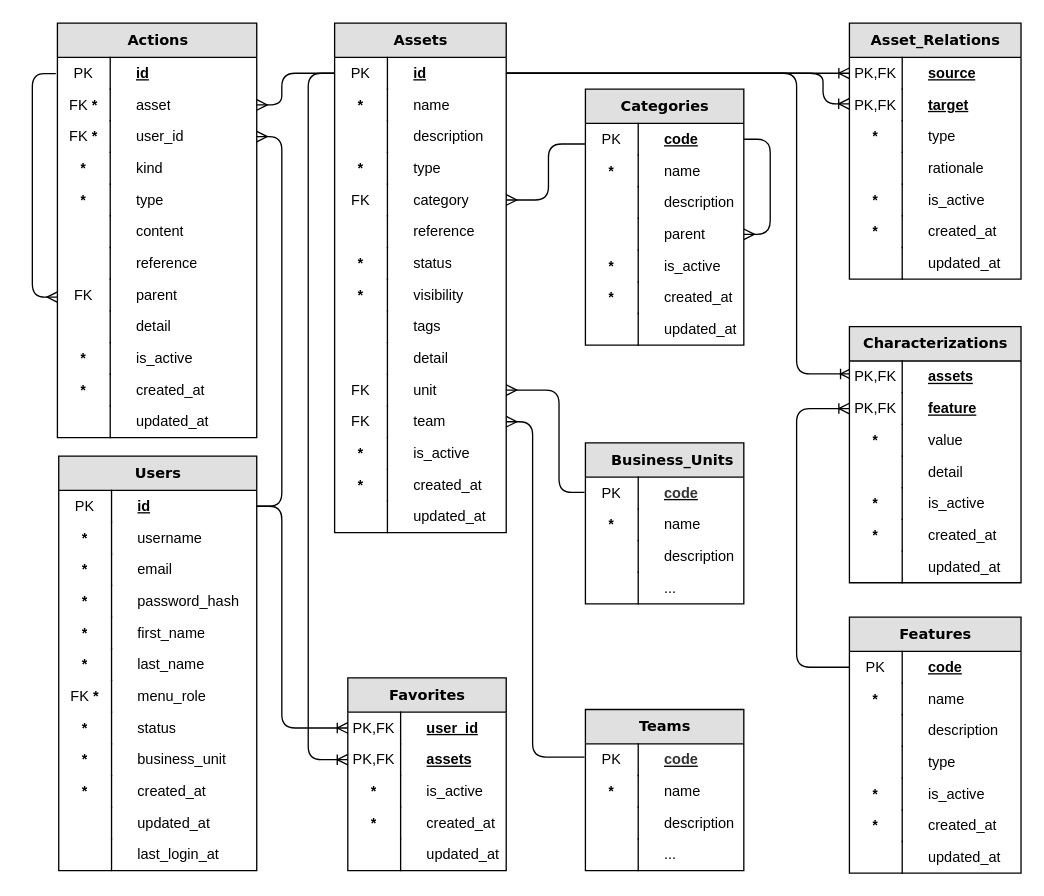
abc-flex/synapxia keeps this draw.io diagram as page "Lib" (5 of 8) of docs/Synapxia.drawio. Above is the earlier version. Source tidied: cells renumbered, new cells numbered last; positions are measured from the earlier drawing's top-left corner, leaving out a move shared by most shapes. Both pictures are drawn from the tidied source at 132%, with x=0, y=0 at pixel (32, 22).
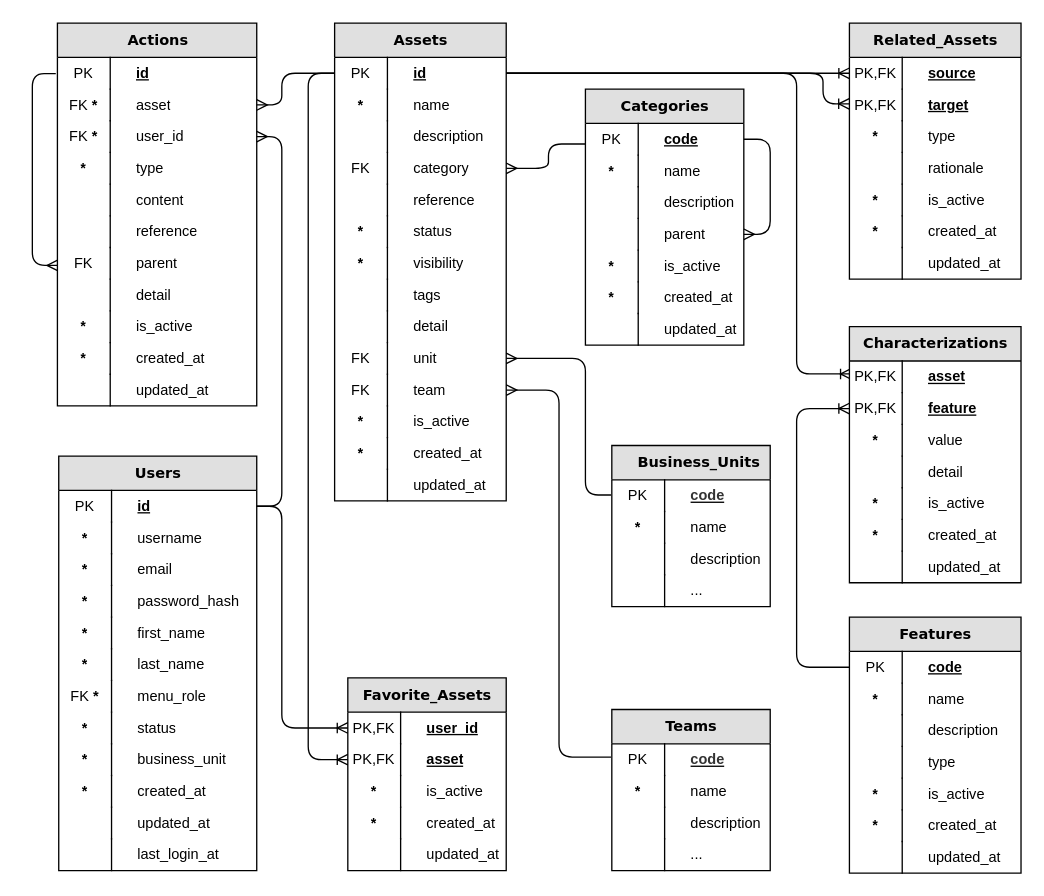
After the change.

The change refers to these unchanged cells:
```xml
<mxCell id="116" value="Characterizations" style="swimlane;html=1;fontStyle=1;horizontal=1;startSize=26;fillColor=#e0e0e0;swimlaneFillColor=#ffffff;align=center;rounded=0;shadow=0;comic=0;labelBackgroundColor=none;strokeWidth=1;fontFamily=Verdana;fontSize=11;spacing=0;" parent="1" vertex="1">
  <mxGeometry x="619" y="230" width="130" height="194" as="geometry" />
</mxCell>
<mxCell id="167" value="&lt;span style=&quot;font-weight: normal;&quot;&gt;PK&lt;/span&gt;" style="shape=partialRectangle;fontStyle=1;top=0;left=0;bottom=0;html=1;fillColor=none;align=center;verticalAlign=middle;spacingLeft=4;spacingRight=4;whiteSpace=wrap;overflow=hidden;points=[];portConstraint=eastwest;fontSize=11;spacing=0;" parent="166" vertex="1">
  <mxGeometry width="40" height="24" as="geometry" />
</mxCell>
<mxCell id="176" value="PK" style="shape=partialRectangle;fontStyle=0;top=0;left=0;bottom=0;html=1;fillColor=none;align=center;verticalAlign=middle;spacingLeft=4;spacingRight=4;whiteSpace=wrap;overflow=hidden;points=[];portConstraint=eastwest;fontSize=11;spacing=0;" parent="175" vertex="1">
  <mxGeometry width="40" height="24" as="geometry" />
</mxCell>
```

Diff of the diagram source:
```diff
@@
-    <mxCell id="17" value="Asset_Relations" style="swimlane;html=1;fontStyle=1;horizontal=1;startSize=26;fillColor=#e0e0e0;swimlaneFillColor=#ffffff;align=center;rounded=0;shadow=0;comic=0;labelBackgroundColor=none;strokeWidth=1;fontFamily=Verdana;fontSize=11;spacing=0;" parent="1" vertex="1">
+    <mxCell id="17" value="Related_Assets" style="swimlane;html=1;fontStyle=1;horizontal=1;startSize=26;fillColor=#e0e0e0;swimlaneFillColor=#ffffff;align=center;rounded=0;shadow=0;comic=0;labelBackgroundColor=none;strokeWidth=1;fontFamily=Verdana;fontSize=11;spacing=0;" parent="1" vertex="1">
       <mxGeometry x="619" width="130" height="194" as="geometry" />
     </mxCell>
@@
     <mxCell id="57" value="&lt;font&gt;Actions&lt;/font&gt;" style="swimlane;html=1;fontStyle=1;horizontal=1;startSize=26;fillColor=#e0e0e0;swimlaneFillColor=#ffffff;align=center;rounded=0;shadow=0;comic=0;labelBackgroundColor=none;strokeWidth=1;fontFamily=Verdana;fontSize=11;spacing=0;" parent="1" vertex="1">
-      <mxGeometry x="19" width="151" height="314" as="geometry" />
+      <mxGeometry x="19" width="151" height="290" as="geometry" />
     </mxCell>
@@
-    <mxCell id="64" value="kind" style="shape=partialRectangle;top=0;left=0;right=0;bottom=0;html=1;align=left;verticalAlign=middle;fillColor=none;spacingLeft=60;spacingRight=4;whiteSpace=wrap;overflow=hidden;fontStyle=0;fontSize=11;spacing=0;" parent="57" vertex="1">
-      <mxGeometry y="98" width="151" height="24" as="geometry" />
-    </mxCell>
-    <mxCell id="65" value="&lt;b&gt;*&lt;/b&gt;" style="shape=partialRectangle;fontStyle=0;top=0;left=0;bottom=0;html=1;fillColor=none;align=center;verticalAlign=middle;spacingLeft=4;spacingRight=4;whiteSpace=wrap;overflow=hidden;fontSize=11;spacing=0;" parent="64" vertex="1">
-      <mxGeometry width="40" height="24" as="geometry" />
-    </mxCell>
     <mxCell id="66" value="type" style="shape=partialRectangle;top=0;left=0;right=0;bottom=0;html=1;align=left;verticalAlign=middle;fillColor=none;spacingLeft=60;spacingRight=4;whiteSpace=wrap;overflow=hidden;fontStyle=0;fontSize=11;spacing=0;" parent="57" vertex="1">
-      <mxGeometry y="122" width="151" height="24" as="geometry" />
+      <mxGeometry y="98" width="151" height="24" as="geometry" />
     </mxCell>
@@
     <mxCell id="68" value="&lt;span style=&quot;font-weight: normal;&quot;&gt;content&lt;/span&gt;" style="shape=partialRectangle;top=0;left=0;right=0;bottom=0;html=1;align=left;verticalAlign=middle;fillColor=none;spacingLeft=60;spacingRight=4;whiteSpace=wrap;overflow=hidden;fontStyle=1;fontSize=11;spacing=0;" parent="57" vertex="1">
-      <mxGeometry y="146" width="151" height="24" as="geometry" />
+      <mxGeometry y="122" width="151" height="24" as="geometry" />
     </mxCell>
@@
     <mxCell id="70" value="reference" style="shape=partialRectangle;top=0;left=0;right=0;bottom=0;html=1;align=left;verticalAlign=middle;fillColor=none;spacingLeft=60;spacingRight=4;whiteSpace=wrap;overflow=hidden;fontStyle=0;fontSize=11;spacing=0;" parent="57" vertex="1">
-      <mxGeometry y="170" width="151" height="24" as="geometry" />
+      <mxGeometry y="146" width="151" height="24" as="geometry" />
     </mxCell>
@@
     <mxCell id="72" value="parent" style="shape=partialRectangle;top=0;left=0;right=0;bottom=0;html=1;align=left;verticalAlign=middle;fillColor=none;spacingLeft=60;spacingRight=4;whiteSpace=wrap;overflow=hidden;fontStyle=0;fontSize=11;spacing=0;" parent="57" vertex="1">
-      <mxGeometry y="194" width="151" height="24" as="geometry" />
+      <mxGeometry y="170" width="151" height="24" as="geometry" />
     </mxCell>
@@
     <mxCell id="74" value="detail" style="shape=partialRectangle;top=0;left=0;right=0;bottom=0;html=1;align=left;verticalAlign=middle;fillColor=none;spacingLeft=60;spacingRight=4;whiteSpace=wrap;overflow=hidden;fontStyle=0;fontSize=11;spacing=0;" parent="57" vertex="1">
-      <mxGeometry y="218" width="151" height="24" as="geometry" />
+      <mxGeometry y="194" width="151" height="24" as="geometry" />
     </mxCell>
@@
     <mxCell id="76" value="is_active" style="shape=partialRectangle;top=0;left=0;right=0;bottom=0;html=1;align=left;verticalAlign=middle;fillColor=none;spacingLeft=60;spacingRight=4;whiteSpace=wrap;overflow=hidden;fontStyle=0;fontSize=11;spacing=0;" parent="57" vertex="1">
-      <mxGeometry y="242" width="151" height="24" as="geometry" />
+      <mxGeometry y="218" width="151" height="24" as="geometry" />
     </mxCell>
@@
     <mxCell id="78" value="created_at" style="shape=partialRectangle;top=0;left=0;right=0;bottom=0;html=1;align=left;verticalAlign=middle;fillColor=none;spacingLeft=60;spacingRight=4;whiteSpace=wrap;overflow=hidden;fontStyle=0;fontSize=11;spacing=0;" parent="57" vertex="1">
-      <mxGeometry y="266" width="151" height="24" as="geometry" />
+      <mxGeometry y="242" width="151" height="24" as="geometry" />
     </mxCell>
@@
     <mxCell id="80" value="updated_at" style="shape=partialRectangle;top=0;left=0;right=0;bottom=0;html=1;align=left;verticalAlign=middle;fillColor=none;spacingLeft=60;spacingRight=4;whiteSpace=wrap;overflow=hidden;fontStyle=0;fontSize=11;spacing=0;" parent="57" vertex="1">
-      <mxGeometry y="290" width="151" height="24" as="geometry" />
+      <mxGeometry y="266" width="151" height="24" as="geometry" />
     </mxCell>
@@
     <mxCell id="85" value="&lt;font&gt;Assets&lt;/font&gt;" style="swimlane;html=1;fontStyle=1;horizontal=1;startSize=26;fillColor=#e0e0e0;swimlaneFillColor=#ffffff;align=center;rounded=0;shadow=0;comic=0;labelBackgroundColor=none;strokeWidth=1;fontFamily=Verdana;fontSize=11;spacing=0;" parent="1" vertex="1">
-      <mxGeometry x="229" width="130" height="386" as="geometry" />
+      <mxGeometry x="229" width="130" height="362" as="geometry" />
     </mxCell>
@@
-    <mxCell id="92" value="type" style="shape=partialRectangle;top=0;left=0;right=0;bottom=0;html=1;align=left;verticalAlign=middle;fillColor=none;spacingLeft=60;spacingRight=4;whiteSpace=wrap;overflow=hidden;fontStyle=0;fontSize=11;spacing=0;" parent="85" vertex="1">
-      <mxGeometry y="98" width="130" height="24" as="geometry" />
-    </mxCell>
-    <mxCell id="93" value="&lt;b&gt;*&lt;/b&gt;" style="shape=partialRectangle;fontStyle=0;top=0;left=0;bottom=0;html=1;fillColor=none;align=center;verticalAlign=middle;spacingLeft=4;spacingRight=4;whiteSpace=wrap;overflow=hidden;fontSize=11;spacing=0;" parent="92" vertex="1">
-      <mxGeometry width="40" height="24" as="geometry" />
-    </mxCell>
     <mxCell id="94" value="&lt;span style=&quot;font-weight: 400;&quot;&gt;category&lt;/span&gt;" style="shape=partialRectangle;top=0;left=0;right=0;bottom=0;html=1;align=left;verticalAlign=middle;fillColor=none;spacingLeft=60;spacingRight=4;whiteSpace=wrap;overflow=hidden;points=[[0,0.5],[1,0.5]];portConstraint=eastwest;fontStyle=1;fontSize=11;spacing=0;" parent="85" vertex="1">
-      <mxGeometry y="122" width="130" height="24" as="geometry" />
+      <mxGeometry y="98" width="130" height="24" as="geometry" />
     </mxCell>
@@
     <mxCell id="96" value="reference" style="shape=partialRectangle;top=0;left=0;right=0;bottom=0;html=1;align=left;verticalAlign=middle;fillColor=none;spacingLeft=60;spacingRight=4;whiteSpace=wrap;overflow=hidden;fontStyle=0;fontSize=11;spacing=0;" parent="85" vertex="1">
-      <mxGeometry y="146" width="130" height="24" as="geometry" />
+      <mxGeometry y="122" width="130" height="24" as="geometry" />
     </mxCell>
@@
     <mxCell id="98" value="status" style="shape=partialRectangle;top=0;left=0;right=0;bottom=0;html=1;align=left;verticalAlign=middle;fillColor=none;spacingLeft=60;spacingRight=4;whiteSpace=wrap;overflow=hidden;fontStyle=0;fontSize=11;spacing=0;" parent="85" vertex="1">
-      <mxGeometry y="170" width="130" height="24" as="geometry" />
+      <mxGeometry y="146" width="130" height="24" as="geometry" />
     </mxCell>
@@
     <mxCell id="100" value="visibility" style="shape=partialRectangle;top=0;left=0;right=0;bottom=0;html=1;align=left;verticalAlign=middle;fillColor=none;spacingLeft=60;spacingRight=4;whiteSpace=wrap;overflow=hidden;fontStyle=0;fontSize=11;spacing=0;" parent="85" vertex="1">
-      <mxGeometry y="194" width="130" height="24" as="geometry" />
+      <mxGeometry y="170" width="130" height="24" as="geometry" />
     </mxCell>
@@
     <mxCell id="102" value="tags" style="shape=partialRectangle;top=0;left=0;right=0;bottom=0;html=1;align=left;verticalAlign=middle;fillColor=none;spacingLeft=60;spacingRight=4;whiteSpace=wrap;overflow=hidden;fontStyle=0;fontSize=11;spacing=0;" parent="85" vertex="1">
-      <mxGeometry y="218" width="130" height="24" as="geometry" />
+      <mxGeometry y="194" width="130" height="24" as="geometry" />
     </mxCell>
@@
     <mxCell id="104" value="detail" style="shape=partialRectangle;top=0;left=0;right=0;bottom=0;html=1;align=left;verticalAlign=middle;fillColor=none;spacingLeft=60;spacingRight=4;whiteSpace=wrap;overflow=hidden;fontStyle=0;fontSize=11;spacing=0;" parent="85" vertex="1">
-      <mxGeometry y="242" width="130" height="24" as="geometry" />
+      <mxGeometry y="218" width="130" height="24" as="geometry" />
     </mxCell>
@@
     <mxCell id="106" value="unit" style="shape=partialRectangle;top=0;left=0;right=0;bottom=0;html=1;align=left;verticalAlign=middle;fillColor=none;spacingLeft=60;spacingRight=4;whiteSpace=wrap;overflow=hidden;points=[[0,0.5],[1,0.5]];portConstraint=eastwest;fontStyle=0;fontSize=11;spacing=0;" parent="85" vertex="1">
-      <mxGeometry y="266" width="130" height="24" as="geometry" />
+      <mxGeometry y="242" width="130" height="24" as="geometry" />
     </mxCell>
@@
     <mxCell id="108" value="team" style="shape=partialRectangle;top=0;left=0;right=0;bottom=0;html=1;align=left;verticalAlign=middle;fillColor=none;spacingLeft=60;spacingRight=4;whiteSpace=wrap;overflow=hidden;points=[[0,0.5],[1,0.5]];portConstraint=eastwest;fontStyle=0;fontSize=11;spacing=0;" parent="85" vertex="1">
-      <mxGeometry y="290" width="130" height="24" as="geometry" />
+      <mxGeometry y="266" width="130" height="24" as="geometry" />
     </mxCell>
@@
     <mxCell id="110" value="is_active" style="shape=partialRectangle;top=0;left=0;right=0;bottom=0;html=1;align=left;verticalAlign=middle;fillColor=none;spacingLeft=60;spacingRight=4;whiteSpace=wrap;overflow=hidden;fontStyle=0;fontSize=11;spacing=0;" parent="85" vertex="1">
-      <mxGeometry y="314" width="130" height="24" as="geometry" />
+      <mxGeometry y="290" width="130" height="24" as="geometry" />
     </mxCell>
@@
     <mxCell id="112" value="created_at" style="shape=partialRectangle;top=0;left=0;right=0;bottom=0;html=1;align=left;verticalAlign=middle;fillColor=none;spacingLeft=60;spacingRight=4;whiteSpace=wrap;overflow=hidden;fontStyle=0;fontSize=11;spacing=0;" parent="85" vertex="1">
-      <mxGeometry y="338" width="130" height="24" as="geometry" />
+      <mxGeometry y="314" width="130" height="24" as="geometry" />
     </mxCell>
@@
     <mxCell id="114" value="updated_at" style="shape=partialRectangle;top=0;left=0;right=0;bottom=0;html=1;align=left;verticalAlign=middle;fillColor=none;spacingLeft=60;spacingRight=4;whiteSpace=wrap;overflow=hidden;fontStyle=0;fontSize=11;spacing=0;" parent="85" vertex="1">
-      <mxGeometry y="362" width="130" height="24" as="geometry" />
+      <mxGeometry y="338" width="130" height="24" as="geometry" />
     </mxCell>
@@
-    <mxCell id="117" value="&lt;u&gt;assets&lt;/u&gt;" style="shape=partialRectangle;top=0;left=0;right=0;bottom=0;html=1;align=left;verticalAlign=middle;fillColor=none;spacingLeft=60;spacingRight=4;whiteSpace=wrap;overflow=hidden;fontStyle=1;fontSize=11;spacing=0;" parent="116" vertex="1">
+    <mxCell id="117" value="&lt;u&gt;asset&lt;/u&gt;" style="shape=partialRectangle;top=0;left=0;right=0;bottom=0;html=1;align=left;verticalAlign=middle;fillColor=none;spacingLeft=60;spacingRight=4;whiteSpace=wrap;overflow=hidden;fontStyle=1;fontSize=11;spacing=0;" parent="116" vertex="1">
       <mxGeometry y="26" width="130" height="24" as="geometry" />
     </mxCell>
@@
-    <mxCell id="152" value="&lt;font&gt;Favorites&lt;/font&gt;" style="swimlane;html=1;fontStyle=1;horizontal=1;startSize=26;fillColor=#e0e0e0;swimlaneFillColor=#ffffff;align=center;rounded=0;shadow=0;comic=0;labelBackgroundColor=none;strokeWidth=1;fontFamily=Verdana;fontSize=11;spacing=0;" parent="1" vertex="1">
+    <mxCell id="152" value="&lt;font&gt;Favorite_Assets&lt;/font&gt;" style="swimlane;html=1;fontStyle=1;horizontal=1;startSize=26;fillColor=#e0e0e0;swimlaneFillColor=#ffffff;align=center;rounded=0;shadow=0;comic=0;labelBackgroundColor=none;strokeWidth=1;fontFamily=Verdana;fontSize=11;spacing=0;" parent="1" vertex="1">
       <mxGeometry x="239" y="496" width="120" height="146" as="geometry" />
     </mxCell>
@@
-    <mxCell id="155" value="&lt;u&gt;assets&lt;/u&gt;" style="shape=partialRectangle;top=0;left=0;right=0;bottom=0;html=1;align=left;verticalAlign=middle;fillColor=none;spacingLeft=60;spacingRight=4;whiteSpace=wrap;overflow=hidden;fontStyle=1;fontSize=11;spacing=0;" parent="152" vertex="1">
+    <mxCell id="155" value="&lt;u&gt;asset&lt;/u&gt;" style="shape=partialRectangle;top=0;left=0;right=0;bottom=0;html=1;align=left;verticalAlign=middle;fillColor=none;spacingLeft=60;spacingRight=4;whiteSpace=wrap;overflow=hidden;fontStyle=1;fontSize=11;spacing=0;" parent="152" vertex="1">
       <mxGeometry y="50" width="120" height="24" as="geometry" />
     </mxCell>
@@
     <mxCell id="165" value="&lt;font&gt;&amp;nbsp; &amp;nbsp;Business_Units&lt;/font&gt;" style="swimlane;html=1;fontStyle=1;horizontal=1;startSize=26;fillColor=#e0e0e0;swimlaneFillColor=#ffffff;align=center;rounded=0;shadow=0;comic=0;labelBackgroundColor=none;strokeWidth=1;fontFamily=Verdana;fontSize=11;spacing=0;" parent="1" vertex="1">
-      <mxGeometry x="419" y="318" width="120" height="122" as="geometry" />
+      <mxGeometry x="439" y="320" width="120" height="122" as="geometry" />
     </mxCell>
@@
     <mxCell id="174" value="&lt;font&gt;Teams&lt;/font&gt;" style="swimlane;html=1;fontStyle=1;horizontal=1;startSize=26;fillColor=#e0e0e0;swimlaneFillColor=#ffffff;align=center;rounded=0;shadow=0;comic=0;labelBackgroundColor=none;strokeWidth=1;fontFamily=Verdana;fontSize=11;spacing=0;" parent="1" vertex="1">
-      <mxGeometry x="419" y="520" width="120" height="122" as="geometry" />
+      <mxGeometry x="439" y="520" width="120" height="122" as="geometry" />
     </mxCell>
@@
     <mxCell id="183" style="edgeStyle=elbowEdgeStyle;html=1;startArrow=none;endArrow=ERmany;rounded=1;fontFamily=Verdana;fontSize=11;fontStyle=1;spacing=0;startFill=0;entryX=1;entryY=0.5;entryDx=0;entryDy=0;exitX=-0.016;exitY=0.48;exitDx=0;exitDy=0;exitPerimeter=0;" parent="1" edge="1" source="167" target="106">
       <mxGeometry relative="1" as="geometry">
         <Array as="points">
-          <mxPoint x="399" y="280" />
+          <mxPoint x="419" y="330" />
         </Array>
       </mxGeometry>
     </mxCell>
     <mxCell id="184" style="edgeStyle=elbowEdgeStyle;html=1;startArrow=none;endArrow=ERmany;rounded=1;fontFamily=Verdana;fontSize=11;fontStyle=1;spacing=0;startFill=0;entryX=1;entryY=0.5;entryDx=0;entryDy=0;exitX=-0.016;exitY=0.418;exitDx=0;exitDy=0;exitPerimeter=0;" parent="1" edge="1" source="176" target="108">
       <mxGeometry relative="1" as="geometry">
         <Array as="points">
-          <mxPoint x="379" y="370" />
+          <mxPoint x="399" y="430" />
         </Array>
       </mxGeometry>
     </mxCell>
```
